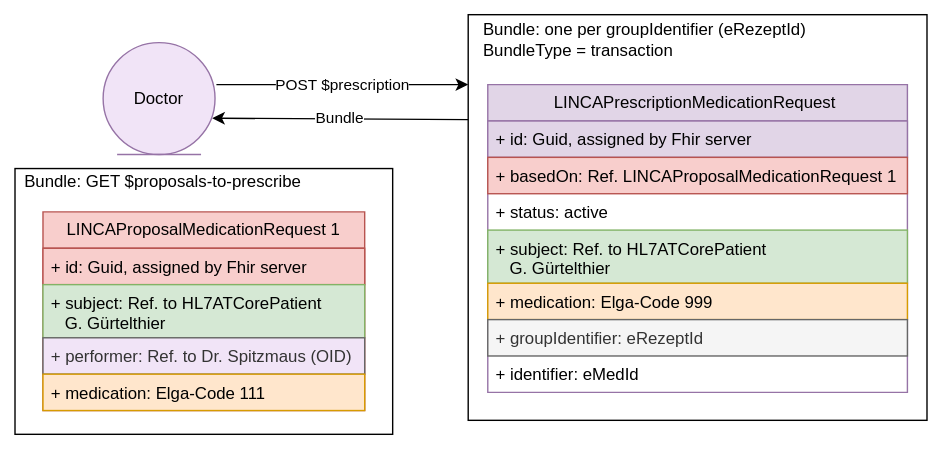
Earlier version of the draw.io export input/images/UserStory_012_diagram.svg (HL7Austria/LinkedCare). Source tidied: cells renumbered, new cells last; positions are measured from the earlier drawing's top-left corner, leaving out a move shared by most shapes.
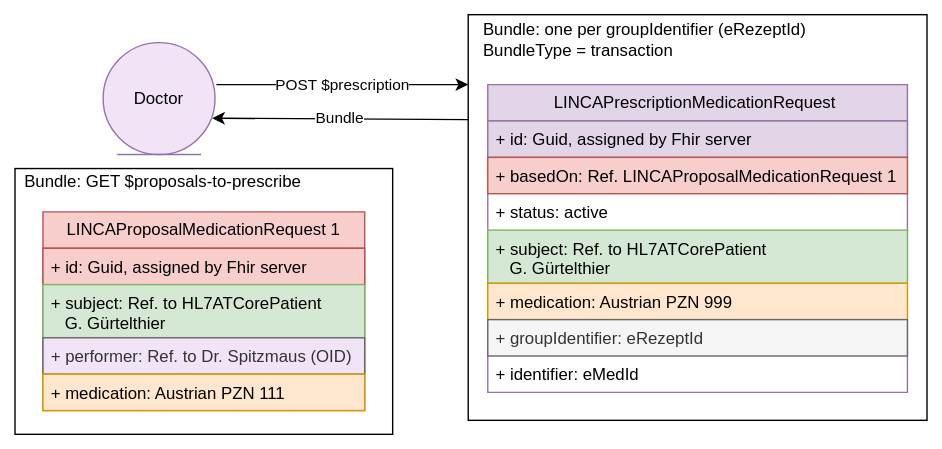
The same file after the commit.

Change to the diagram source:
```diff
@@ -29,7 +29,7 @@
     <mxCell id="9" value="+ subject: Ref. to HL7ATCorePatient&amp;nbsp; &lt;br&gt;&amp;nbsp; &amp;nbsp;G. Gürtelthier" style="text;strokeColor=#82b366;fillColor=#d5e8d4;align=left;verticalAlign=top;spacingLeft=4;spacingRight=4;overflow=hidden;whiteSpace=wrap;html=1;" parent="5" vertex="1">
       <mxGeometry y="104" width="300" height="38" as="geometry" />
     </mxCell>
-    <mxCell id="10" value="+ medication: Elga-Code 999" style="text;align=left;verticalAlign=top;spacingLeft=4;spacingRight=4;overflow=hidden;whiteSpace=wrap;html=1;fillColor=#ffe6cc;strokeColor=#d79b00;" parent="5" vertex="1">
+    <mxCell id="10" value="+ medication: Austrian PZN 999" style="text;align=left;verticalAlign=top;spacingLeft=4;spacingRight=4;overflow=hidden;whiteSpace=wrap;html=1;fillColor=#ffe6cc;strokeColor=#d79b00;" parent="5" vertex="1">
       <mxGeometry y="142" width="300" height="26" as="geometry" />
     </mxCell>
     <mxCell id="11" value="+ groupIdentifier: eRezeptId" style="text;align=left;verticalAlign=top;spacingLeft=4;spacingRight=4;overflow=hidden;whiteSpace=wrap;html=1;fillColor=#f5f5f5;fontColor=#333333;strokeColor=#666666;" parent="5" vertex="1">
@@ -56,7 +56,7 @@
     <mxCell id="17" value="+ performer: Ref. to Dr. Spitzmaus (OID)" style="text;strokeColor=#666666;fillColor=#F1E4F7;align=left;verticalAlign=top;spacingLeft=4;spacingRight=4;overflow=hidden;whiteSpace=wrap;html=1;fontColor=#333333;" parent="14" vertex="1">
       <mxGeometry y="90" width="230" height="26" as="geometry" />
     </mxCell>
-    <mxCell id="18" value="+ medication: Elga-Code 111" style="text;align=left;verticalAlign=top;spacingLeft=4;spacingRight=4;overflow=hidden;whiteSpace=wrap;html=1;fillColor=#ffe6cc;strokeColor=#d79b00;" parent="14" vertex="1">
+    <mxCell id="18" value="+ medication: Austrian PZN 111" style="text;align=left;verticalAlign=top;spacingLeft=4;spacingRight=4;overflow=hidden;whiteSpace=wrap;html=1;fillColor=#ffe6cc;strokeColor=#d79b00;" parent="14" vertex="1">
       <mxGeometry y="116" width="230" height="26" as="geometry" />
     </mxCell>
     <mxCell id="19" value="Bundle: GET $proposals-to-prescribe" style="text;html=1;strokeColor=none;fillColor=none;align=center;verticalAlign=middle;whiteSpace=wrap;rounded=0;" parent="1" vertex="1">
```
